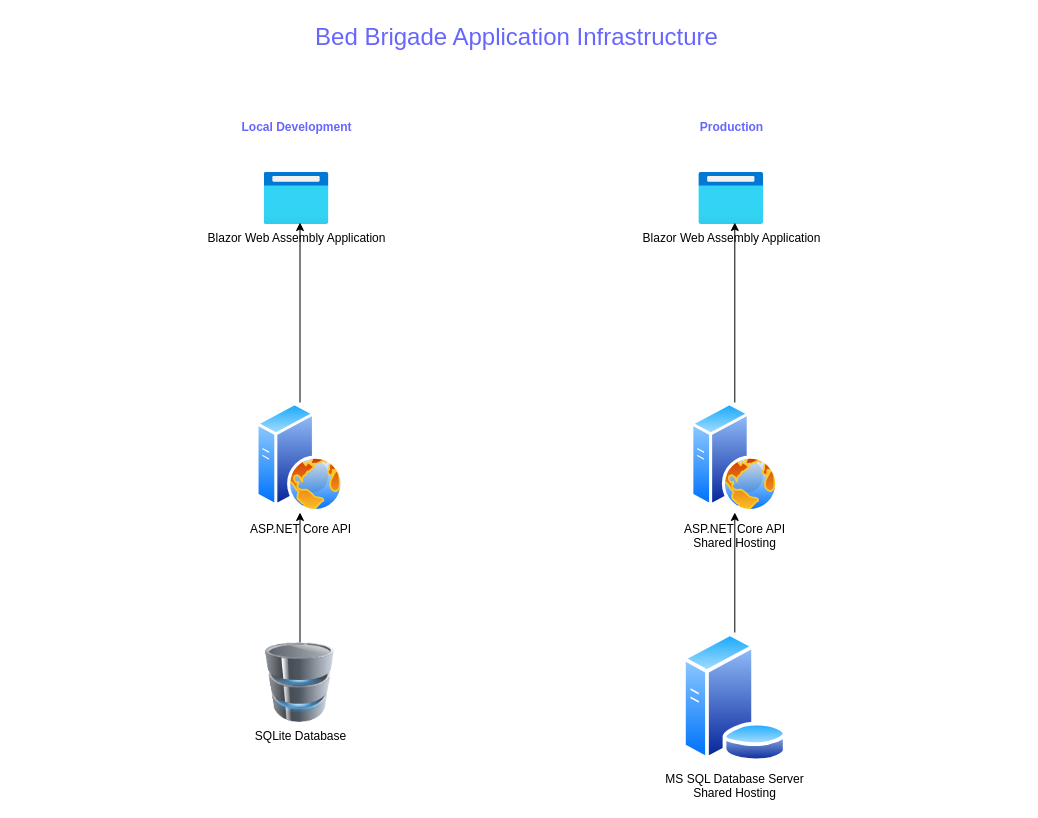
GregFinzer/BedBrigadeNational keeps this draw.io diagram as Documentation/Design/Application Infrastructure Diagram.drawio. Above is the earlier version. Source tidied: cells renumbered, new cells numbered last; positions are measured from the earlier drawing's top-left corner, leaving out a move shared by most shapes. Both pictures are drawn from the tidied source at 100%, with x=0, y=0 at pixel (231, 17).
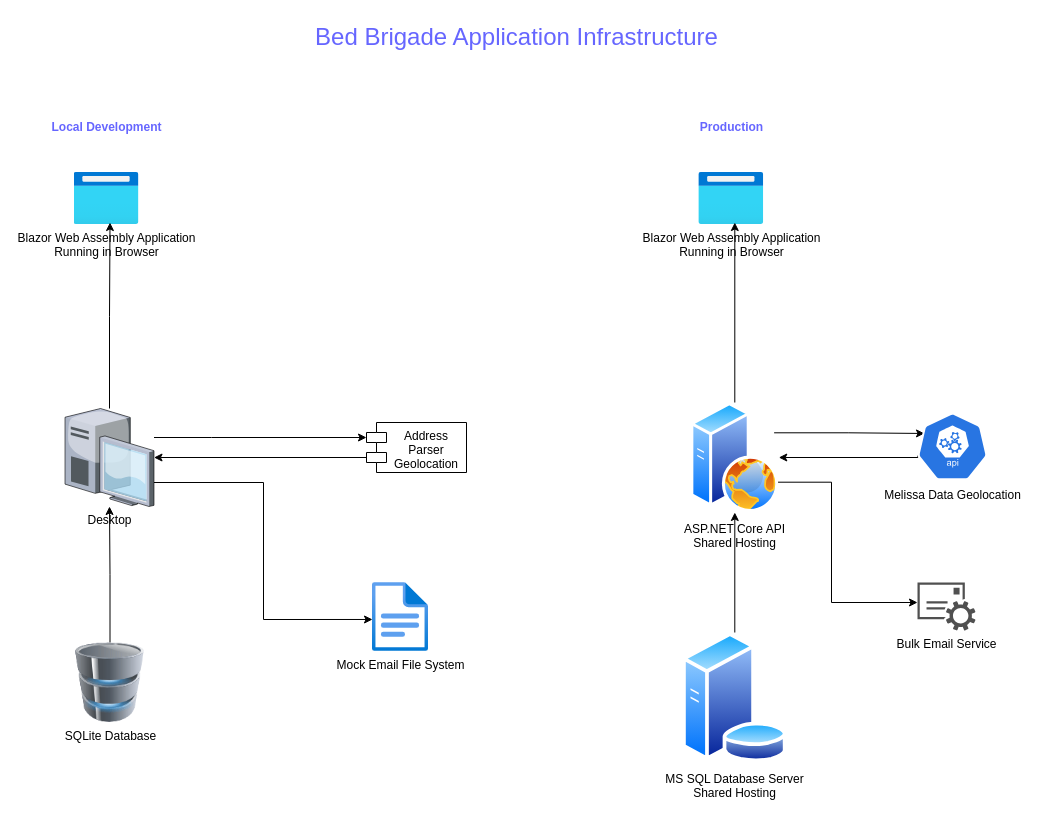
The same page after the edit.

Commit message (it also covers changes not shown here):
Update Application Infrastructure Diagram and Information Architecture Diagram

The change refers to these unchanged cells:
```xml
<mxCell id="9" value="ASP.NET Core API&lt;br&gt;Shared Hosting" style="perimeter=ellipsePerimeter;html=1;align=center;shadow=0;dashed=0;spacingTop=3;image;image=img/lib/active_directory/web_server.svg;" parent="1" vertex="1">
  <mxGeometry x="459.3" y="385" width="88" height="110" as="geometry" />
</mxCell>
```

Diff of the diagram source:
```diff
@@
-    <mxCell id="2" value="Blazor Web Assembly Application" style="html=1;points=[];align=center;image;fontSize=12;image=img/lib/azure2/general/Browser.svg;" parent="1" vertex="1">
-      <mxGeometry x="32.5" y="155" width="65" height="52" as="geometry" />
+    <mxCell id="2" value="Blazor Web Assembly Application&lt;br&gt;Running in Browser" style="html=1;points=[];align=center;image;fontSize=12;image=img/lib/azure2/general/Browser.svg;" parent="1" vertex="1">
+      <mxGeometry x="-157.5" y="155" width="65" height="52" as="geometry" />
     </mxCell>
-    <mxCell id="3" style="edgeStyle=orthogonalEdgeStyle;rounded=0;jettySize=auto;html=1;entryX=0.554;entryY=0.962;entryDx=0;entryDy=0;entryPerimeter=0;" parent="1" edge="1" source="4" target="2">
+    <mxCell id="3" style="edgeStyle=orthogonalEdgeStyle;rounded=0;jettySize=auto;html=1;entryX=0.554;entryY=0.962;entryDx=0;entryDy=0;entryPerimeter=0;" parent="1" edge="1" source="25" target="2">
       <mxGeometry relative="1" as="geometry" />
     </mxCell>
-    <mxCell id="4" value="ASP.NET Core API" style="perimeter=ellipsePerimeter;html=1;align=center;shadow=0;dashed=0;spacingTop=3;image;image=img/lib/active_directory/web_server.svg;" parent="1" vertex="1">
-      <mxGeometry x="24.5" y="385" width="88" height="110" as="geometry" />
-    </mxCell>
+    <mxCell id="15" style="edgeStyle=orthogonalEdgeStyle;rounded=0;jettySize=auto;html=1;entryX=0;entryY=0.536;entryDx=0;entryDy=0;entryPerimeter=0;" parent="1" edge="1" source="25" target="20">
+      <mxGeometry relative="1" as="geometry">
+        <Array as="points">
+          <mxPoint x="32" y="465" />
+          <mxPoint x="32" y="602" />
+        </Array>
+      </mxGeometry>
+    </mxCell>
+    <mxCell id="16" style="edgeStyle=orthogonalEdgeStyle;rounded=0;jettySize=auto;html=1;entryX=0;entryY=0;entryDx=0;entryDy=15;entryPerimeter=0;" parent="1" edge="1" source="25" target="24">
+      <mxGeometry relative="1" as="geometry">
+        <Array as="points">
+          <mxPoint x="-20" y="420" />
+          <mxPoint x="-20" y="420" />
+        </Array>
+      </mxGeometry>
+    </mxCell>
-    <mxCell id="5" style="edgeStyle=orthogonalEdgeStyle;rounded=0;jettySize=auto;html=1;exitX=0.5;exitY=0;exitDx=0;exitDy=0;" parent="1" edge="1" source="6" target="4">
+    <mxCell id="5" style="edgeStyle=orthogonalEdgeStyle;rounded=0;jettySize=auto;html=1;exitX=0.5;exitY=0;exitDx=0;exitDy=0;" parent="1" edge="1" source="6" target="25">
       <mxGeometry relative="1" as="geometry" />
     </mxCell>
     <mxCell id="6" value="SQLite Database" style="image;html=1;image=img/lib/clip_art/computers/Database_128x128.png;" parent="1" vertex="1">
-      <mxGeometry x="28.5" y="625" width="80" height="80" as="geometry" />
+      <mxGeometry x="-161.5" y="625" width="80" height="80" as="geometry" />
     </mxCell>
-    <mxCell id="7" value="Blazor Web Assembly Application" style="html=1;points=[];align=center;image;fontSize=12;image=img/lib/azure2/general/Browser.svg;" parent="1" vertex="1">
+    <mxCell id="7" value="Blazor Web Assembly Application&lt;br&gt;Running in Browser" style="html=1;points=[];align=center;image;fontSize=12;image=img/lib/azure2/general/Browser.svg;" parent="1" vertex="1">
       <mxGeometry x="467.3" y="155" width="65" height="52" as="geometry" />
     </mxCell>
@@
+    <mxCell id="17" style="edgeStyle=orthogonalEdgeStyle;rounded=0;jettySize=auto;html=1;exitX=1;exitY=0.25;exitDx=0;exitDy=0;entryX=0.1;entryY=0.314;entryDx=0;entryDy=0;entryPerimeter=0;" parent="1" edge="1" source="9" target="22">
+      <mxGeometry relative="1" as="geometry" />
+    </mxCell>
+    <mxCell id="18" style="edgeStyle=orthogonalEdgeStyle;rounded=0;jettySize=auto;html=1;exitX=1;exitY=0.75;exitDx=0;exitDy=0;" parent="1" edge="1" source="9" target="19">
+      <mxGeometry relative="1" as="geometry">
+        <Array as="points">
+          <mxPoint x="600" y="464" />
+          <mxPoint x="600" y="585" />
+        </Array>
+      </mxGeometry>
+    </mxCell>
@@
     <mxCell id="12" value="Local Development" style="text;html=1;align=center;verticalAlign=middle;fillColor=none;strokeColor=none;rounded=0;fontStyle=1;fontColor=#6666FF;" parent="1" vertex="1">
-      <mxGeometry y="95" width="130" height="30" as="geometry" />
+      <mxGeometry x="-190" y="95" width="130" height="30" as="geometry" />
     </mxCell>
@@
+    <mxCell id="19" value="Bulk Email Service" style="sketch=0;shadow=0;dashed=0;html=1;strokeColor=none;fillColor=#505050;labelPosition=center;verticalLabelPosition=bottom;verticalAlign=top;outlineConnect=0;align=center;shape=mxgraph.office.services.email_service;" parent="1" vertex="1">
+      <mxGeometry x="686" y="565" width="58" height="48" as="geometry" />
+    </mxCell>
+    <mxCell id="20" value="Mock Email File System" style="html=1;points=[];align=center;image;fontSize=12;image=img/lib/azure2/general/File.svg;" parent="1" vertex="1">
+      <mxGeometry x="141" y="565" width="56" height="69" as="geometry" />
+    </mxCell>
+    <mxCell id="21" style="edgeStyle=orthogonalEdgeStyle;rounded=0;jettySize=auto;html=1;exitX=0.005;exitY=0.63;exitDx=0;exitDy=0;exitPerimeter=0;entryX=1;entryY=0.5;entryDx=0;entryDy=0;" parent="1" edge="1" source="22" target="9">
+      <mxGeometry relative="1" as="geometry">
+        <Array as="points">
+          <mxPoint x="686" y="440" />
+        </Array>
+      </mxGeometry>
+    </mxCell>
+    <mxCell id="22" value="Melissa Data Geolocation" style="sketch=0;html=1;dashed=0;whitespace=wrap;fillColor=#2875E2;strokeColor=#ffffff;points=[[0.005,0.63,0],[0.1,0.2,0],[0.9,0.2,0],[0.5,0,0],[0.995,0.63,0],[0.72,0.99,0],[0.5,1,0],[0.28,0.99,0]];verticalLabelPosition=bottom;align=center;verticalAlign=top;shape=mxgraph.kubernetes.icon;prIcon=api;" parent="1" vertex="1">
+      <mxGeometry x="686" y="394" width="70" height="70" as="geometry" />
+    </mxCell>
+    <mxCell id="23" style="edgeStyle=orthogonalEdgeStyle;rounded=0;jettySize=auto;html=1;exitX=0;exitY=0;exitDx=0;exitDy=35;exitPerimeter=0;" parent="1" edge="1" source="24" target="25">
+      <mxGeometry relative="1" as="geometry" />
+    </mxCell>
+    <mxCell id="24" value="Address&#10;Parser&#10;Geolocation" style="shape=module;align=left;spacingLeft=20;align=center;verticalAlign=top;" parent="1" vertex="1">
+      <mxGeometry x="135" y="405" width="100" height="50" as="geometry" />
+    </mxCell>
+    <mxCell id="25" value="Desktop" style="verticalLabelPosition=bottom;sketch=0;html=1;verticalAlign=top;strokeColor=none;align=center;outlineConnect=0;shape=mxgraph.citrix.desktop;" parent="1" vertex="1">
+      <mxGeometry x="-166.5" y="391" width="89" height="98" as="geometry" />
+    </mxCell>
```
